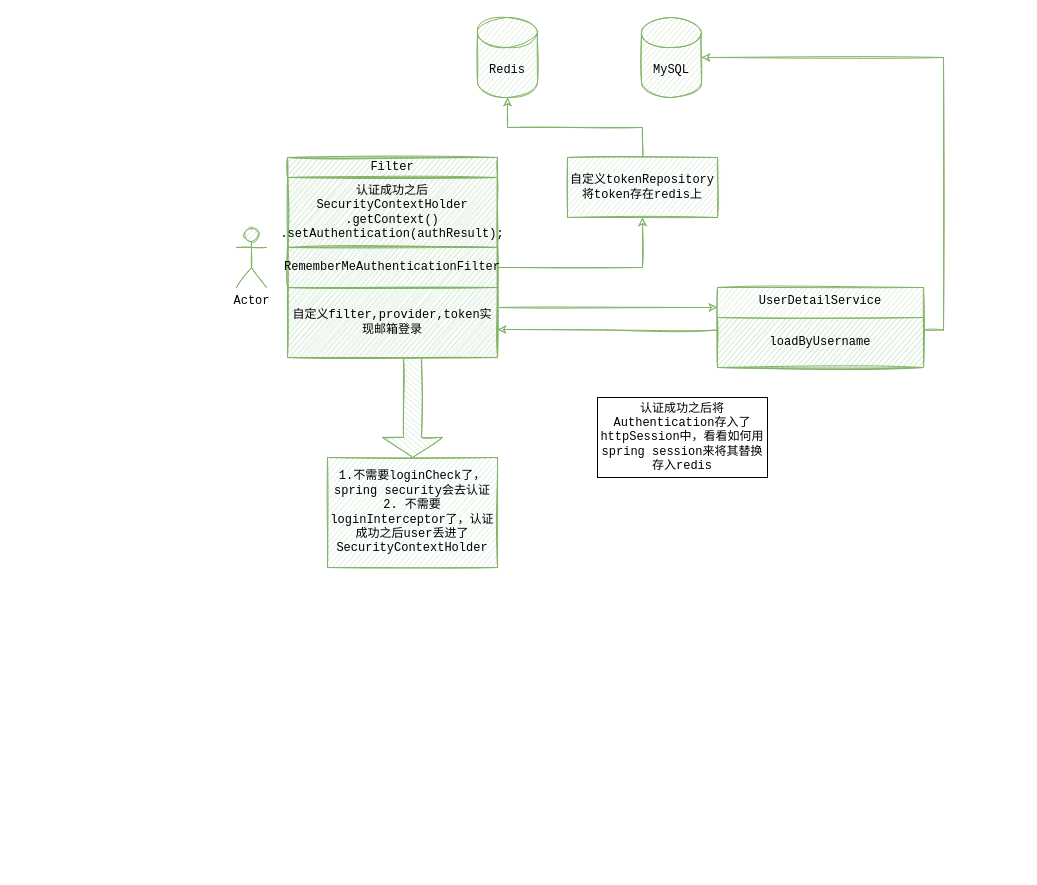
Awei2773/spring_security_demo keeps this draw.io diagram as login逻辑.drawio. Above is the earlier version. Source tidied: cells renumbered, new cells numbered last; positions are measured from the earlier drawing's top-left corner, leaving out a move shared by most shapes. Both pictures are drawn from the tidied source at 100%, with x=0, y=0 at pixel (236, 17).
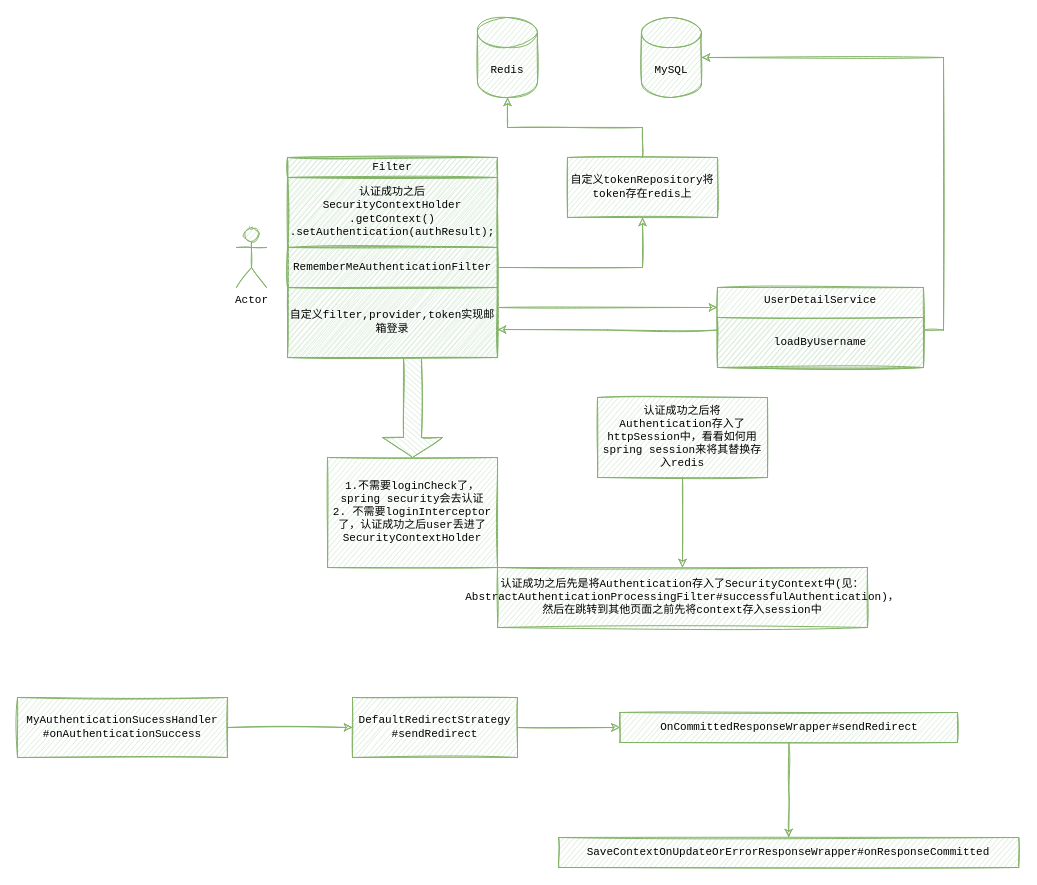
The same diagram, later.

Change to the diagram source:
```diff
@@
-    <mxCell id="2" value="Redis" style="shape=cylinder3;whiteSpace=wrap;html=1;boundedLbl=1;backgroundOutline=1;size=15;fillColor=#d5e8d4;strokeColor=#82b366;sketch=1;fontFamily=Courier New;" parent="1" vertex="1">
+    <mxCell id="2" value="Redis" style="shape=cylinder3;whiteSpace=wrap;html=1;boundedLbl=1;backgroundOutline=1;size=15;fillColor=#d5e8d4;strokeColor=#82b366;sketch=1;fontFamily=Courier New;fontSize=11;" parent="1" vertex="1">
       <mxGeometry x="241" width="60" height="80" as="geometry" />
     </mxCell>
-    <mxCell id="3" value="MySQL" style="shape=cylinder3;whiteSpace=wrap;html=1;boundedLbl=1;backgroundOutline=1;size=15;fillColor=#d5e8d4;strokeColor=#82b366;sketch=1;fontFamily=Courier New;" parent="1" vertex="1">
+    <mxCell id="3" value="MySQL" style="shape=cylinder3;whiteSpace=wrap;html=1;boundedLbl=1;backgroundOutline=1;size=15;fillColor=#d5e8d4;strokeColor=#82b366;sketch=1;fontFamily=Courier New;fontSize=11;" parent="1" vertex="1">
       <mxGeometry x="405" width="60" height="80" as="geometry" />
     </mxCell>
-    <mxCell id="4" value="Actor" style="shape=umlActor;verticalLabelPosition=bottom;verticalAlign=top;html=1;fillColor=#d5e8d4;strokeColor=#82b366;sketch=1;fontFamily=Courier New;" parent="1" vertex="1">
+    <mxCell id="4" value="Actor" style="shape=umlActor;verticalLabelPosition=bottom;verticalAlign=top;html=1;fillColor=#d5e8d4;strokeColor=#82b366;sketch=1;fontFamily=Courier New;fontSize=11;" parent="1" vertex="1">
       <mxGeometry y="210" width="30" height="60" as="geometry" />
     </mxCell>
-    <mxCell id="5" style="edgeStyle=orthogonalEdgeStyle;rounded=0;jettySize=auto;html=1;exitX=1;exitY=0.75;exitDx=0;exitDy=0;entryX=0;entryY=0.25;entryDx=0;entryDy=0;fillColor=#d5e8d4;strokeColor=#82b366;sketch=1;fontFamily=Courier New;" parent="1" edge="1" source="6" target="9">
+    <mxCell id="5" style="edgeStyle=orthogonalEdgeStyle;rounded=0;jettySize=auto;html=1;exitX=1;exitY=0.75;exitDx=0;exitDy=0;entryX=0;entryY=0.25;entryDx=0;entryDy=0;fillColor=#d5e8d4;strokeColor=#82b366;sketch=1;fontFamily=Courier New;fontSize=11;" parent="1" edge="1" source="6" target="9">
       <mxGeometry relative="1" as="geometry" />
     </mxCell>
-    <mxCell id="6" style="rounded=0;whiteSpace=wrap;html=1;fillColor=#d5e8d4;strokeColor=#82b366;sketch=1;fontFamily=Courier New;" parent="1" vertex="1">
+    <mxCell id="6" style="rounded=0;whiteSpace=wrap;html=1;fillColor=#d5e8d4;strokeColor=#82b366;sketch=1;fontFamily=Courier New;fontSize=11;" parent="1" vertex="1">
       <mxGeometry x="51" y="140" width="210" height="200" as="geometry" />
     </mxCell>
-    <mxCell id="7" style="shape=singleArrow;direction=south;whiteSpace=wrap;html=1;fillColor=#d5e8d4;strokeColor=#82b366;sketch=1;fontFamily=Courier New;" parent="1" vertex="1">
+    <mxCell id="7" style="shape=singleArrow;direction=south;whiteSpace=wrap;html=1;fillColor=#d5e8d4;strokeColor=#82b366;sketch=1;fontFamily=Courier New;fontSize=11;" parent="1" vertex="1">
       <mxGeometry x="146" y="340" width="60" height="100" as="geometry" />
     </mxCell>
-    <mxCell id="8" value="1.不需要loginCheck了，spring security会去认证&lt;br&gt;2. 不需要loginInterceptor了，认证成功之后user丢进了SecurityContextHolder" style="rounded=0;whiteSpace=wrap;html=1;fillColor=#d5e8d4;strokeColor=#82b366;sketch=1;fontFamily=Courier New;" parent="1" vertex="1">
+    <mxCell id="8" value="1.不需要loginCheck了，spring security会去认证&lt;br style=&quot;font-size: 11px;&quot;&gt;2. 不需要loginInterceptor了，认证成功之后user丢进了SecurityContextHolder" style="rounded=0;whiteSpace=wrap;html=1;fillColor=#d5e8d4;strokeColor=#82b366;sketch=1;fontFamily=Courier New;fontSize=11;" parent="1" vertex="1">
       <mxGeometry x="91" y="440" width="170" height="110" as="geometry" />
     </mxCell>
-    <mxCell id="9" value="UserDetailService" style="rounded=0;whiteSpace=wrap;html=1;verticalAlign=top;fillColor=#d5e8d4;strokeColor=#82b366;sketch=1;fontFamily=Courier New;" parent="1" vertex="1">
+    <mxCell id="9" value="UserDetailService" style="rounded=0;whiteSpace=wrap;html=1;verticalAlign=top;fillColor=#d5e8d4;strokeColor=#82b366;sketch=1;fontFamily=Courier New;fontSize=11;" parent="1" vertex="1">
       <mxGeometry x="481" y="270" width="206" height="80" as="geometry" />
     </mxCell>
-    <mxCell id="10" style="edgeStyle=orthogonalEdgeStyle;rounded=0;jettySize=auto;html=1;exitX=1;exitY=0.25;exitDx=0;exitDy=0;entryX=1;entryY=0.5;entryDx=0;entryDy=0;entryPerimeter=0;fillColor=#d5e8d4;strokeColor=#82b366;sketch=1;fontFamily=Courier New;" parent="1" edge="1" source="12" target="3">
+    <mxCell id="10" style="edgeStyle=orthogonalEdgeStyle;rounded=0;jettySize=auto;html=1;exitX=1;exitY=0.25;exitDx=0;exitDy=0;entryX=1;entryY=0.5;entryDx=0;entryDy=0;entryPerimeter=0;fillColor=#d5e8d4;strokeColor=#82b366;sketch=1;fontFamily=Courier New;fontSize=11;" parent="1" edge="1" source="12" target="3">
       <mxGeometry relative="1" as="geometry" />
     </mxCell>
-    <mxCell id="11" style="edgeStyle=orthogonalEdgeStyle;rounded=0;jettySize=auto;html=1;exitX=0;exitY=0.25;exitDx=0;exitDy=0;entryX=1;entryY=0.86;entryDx=0;entryDy=0;entryPerimeter=0;fillColor=#d5e8d4;strokeColor=#82b366;sketch=1;fontFamily=Courier New;" parent="1" edge="1" source="12" target="6">
+    <mxCell id="11" style="edgeStyle=orthogonalEdgeStyle;rounded=0;jettySize=auto;html=1;exitX=0;exitY=0.25;exitDx=0;exitDy=0;entryX=1;entryY=0.86;entryDx=0;entryDy=0;entryPerimeter=0;fillColor=#d5e8d4;strokeColor=#82b366;sketch=1;fontFamily=Courier New;fontSize=11;" parent="1" edge="1" source="12" target="6">
       <mxGeometry relative="1" as="geometry" />
     </mxCell>
-    <mxCell id="12" value="loadByUsername" style="rounded=0;whiteSpace=wrap;html=1;fillColor=#d5e8d4;strokeColor=#82b366;sketch=1;fontFamily=Courier New;" parent="1" vertex="1">
+    <mxCell id="12" value="loadByUsername" style="rounded=0;whiteSpace=wrap;html=1;fillColor=#d5e8d4;strokeColor=#82b366;sketch=1;fontFamily=Courier New;fontSize=11;" parent="1" vertex="1">
       <mxGeometry x="481" y="300" width="206" height="50" as="geometry" />
     </mxCell>
-    <mxCell id="13" style="rounded=0;jettySize=auto;html=1;exitX=0.5;exitY=0;exitDx=0;exitDy=0;entryX=0.5;entryY=1;entryDx=0;entryDy=0;entryPerimeter=0;fillColor=#d5e8d4;strokeColor=#82b366;sketch=1;fontFamily=Courier New;edgeStyle=orthogonalEdgeStyle;" parent="1" edge="1" source="14" target="2">
+    <mxCell id="13" style="rounded=0;jettySize=auto;html=1;exitX=0.5;exitY=0;exitDx=0;exitDy=0;entryX=0.5;entryY=1;entryDx=0;entryDy=0;entryPerimeter=0;fillColor=#d5e8d4;strokeColor=#82b366;sketch=1;fontFamily=Courier New;edgeStyle=orthogonalEdgeStyle;fontSize=11;" parent="1" edge="1" source="14" target="2">
       <mxGeometry relative="1" as="geometry" />
     </mxCell>
-    <mxCell id="14" value="自定义tokenRepository将token存在redis上" style="rounded=0;whiteSpace=wrap;html=1;fillColor=#d5e8d4;strokeColor=#82b366;sketch=1;fontFamily=Courier New;" parent="1" vertex="1">
+    <mxCell id="14" value="自定义tokenRepository将token存在redis上" style="rounded=0;whiteSpace=wrap;html=1;fillColor=#d5e8d4;strokeColor=#82b366;sketch=1;fontFamily=Courier New;fontSize=11;" parent="1" vertex="1">
       <mxGeometry x="331" y="140" width="150" height="60" as="geometry" />
     </mxCell>
-    <mxCell id="15" value="Filter" style="rounded=0;whiteSpace=wrap;html=1;fontFamily=Courier New;fillColor=#d5e8d4;strokeColor=#82b366;sketch=1;" parent="1" vertex="1">
+    <mxCell id="15" value="Filter" style="rounded=0;whiteSpace=wrap;html=1;fontFamily=Courier New;fillColor=#d5e8d4;strokeColor=#82b366;sketch=1;fontSize=11;" parent="1" vertex="1">
       <mxGeometry x="51" y="140" width="210" height="20" as="geometry" />
     </mxCell>
-    <mxCell id="16" value="认证成功之后&lt;br&gt;&lt;span&gt;SecurityContextHolder&lt;/span&gt;&lt;br&gt;&lt;span&gt;.getContext()&lt;/span&gt;&lt;br&gt;&lt;span&gt;.setAuthentication(authResult);&lt;/span&gt;" style="rounded=0;whiteSpace=wrap;html=1;fontFamily=Courier New;fillColor=#d5e8d4;strokeColor=#82b366;sketch=1;" parent="1" vertex="1">
+    <mxCell id="16" value="认证成功之后&lt;br style=&quot;font-size: 11px;&quot;&gt;&lt;span style=&quot;font-size: 11px;&quot;&gt;SecurityContextHolder&lt;/span&gt;&lt;br style=&quot;font-size: 11px;&quot;&gt;&lt;span style=&quot;font-size: 11px;&quot;&gt;.getContext()&lt;/span&gt;&lt;br style=&quot;font-size: 11px;&quot;&gt;&lt;span style=&quot;font-size: 11px;&quot;&gt;.setAuthentication(authResult);&lt;/span&gt;" style="rounded=0;whiteSpace=wrap;html=1;fontFamily=Courier New;fillColor=#d5e8d4;strokeColor=#82b366;sketch=1;fontSize=11;" parent="1" vertex="1">
       <mxGeometry x="51" y="160" width="210" height="70" as="geometry" />
     </mxCell>
-    <mxCell id="17" style="edgeStyle=orthogonalEdgeStyle;rounded=0;sketch=1;jettySize=auto;html=1;exitX=1;exitY=0.5;exitDx=0;exitDy=0;entryX=0.5;entryY=1;entryDx=0;entryDy=0;fontFamily=Courier New;fillColor=#d5e8d4;strokeColor=#82b366;" parent="1" edge="1" source="18" target="14">
+    <mxCell id="17" style="edgeStyle=orthogonalEdgeStyle;rounded=0;sketch=1;jettySize=auto;html=1;exitX=1;exitY=0.5;exitDx=0;exitDy=0;entryX=0.5;entryY=1;entryDx=0;entryDy=0;fontFamily=Courier New;fillColor=#d5e8d4;strokeColor=#82b366;fontSize=11;" parent="1" edge="1" source="18" target="14">
       <mxGeometry relative="1" as="geometry" />
     </mxCell>
-    <mxCell id="18" value="RememberMeAuthenticationFilter" style="rounded=0;whiteSpace=wrap;html=1;fontFamily=Courier New;fillColor=#d5e8d4;strokeColor=#82b366;sketch=1;" parent="1" vertex="1">
+    <mxCell id="18" value="RememberMeAuthenticationFilter" style="rounded=0;whiteSpace=wrap;html=1;fontFamily=Courier New;fillColor=#d5e8d4;strokeColor=#82b366;sketch=1;fontSize=11;" parent="1" vertex="1">
       <mxGeometry x="51" y="230" width="210" height="40" as="geometry" />
     </mxCell>
-    <mxCell id="19" value="自定义filter,provider,token实现邮箱登录" style="rounded=0;whiteSpace=wrap;html=1;fontFamily=Courier New;fillColor=#d5e8d4;strokeColor=#82b366;sketch=1;" parent="1" vertex="1">
+    <mxCell id="19" value="自定义filter,provider,token实现邮箱登录" style="rounded=0;whiteSpace=wrap;html=1;fontFamily=Courier New;fillColor=#d5e8d4;strokeColor=#82b366;sketch=1;fontSize=11;" parent="1" vertex="1">
       <mxGeometry x="51" y="270" width="210" height="70" as="geometry" />
     </mxCell>
+    <mxCell id="21" style="edgeStyle=orthogonalEdgeStyle;rounded=0;sketch=1;jettySize=auto;html=1;fontFamily=Courier New;fillColor=#d5e8d4;strokeColor=#82b366;fontSize=11;" parent="1" edge="1" source="20" target="22">
+      <mxGeometry relative="1" as="geometry" />
+    </mxCell>
-    <mxCell id="20" value="认证成功之后将Authentication存入了httpSession中，看看如何用spring session来将其替换存入redis" style="rounded=0;whiteSpace=wrap;html=1;fontFamily=Courier New;" parent="1" vertex="1">
+    <mxCell id="20" value="认证成功之后将Authentication存入了httpSession中，看看如何用spring session来将其替换存入redis" style="rounded=0;whiteSpace=wrap;html=1;fontFamily=Courier New;fillColor=#d5e8d4;strokeColor=#82b366;sketch=1;fontSize=11;" parent="1" vertex="1">
       <mxGeometry x="361" y="380" width="170" height="80" as="geometry" />
     </mxCell>
+    <mxCell id="22" value="认证成功之后先是将Authentication存入了SecurityContext中(见：AbstractAuthenticationProcessingFilter#successfulAuthentication)，然后在跳转到其他页面之前先将context存入session中" style="whiteSpace=wrap;html=1;fontFamily=Courier New;rounded=0;fillColor=#d5e8d4;strokeColor=#82b366;sketch=1;fontSize=11;" parent="1" vertex="1">
+      <mxGeometry x="261" y="550" width="370" height="60" as="geometry" />
+    </mxCell>
+    <mxCell id="23" style="edgeStyle=orthogonalEdgeStyle;rounded=0;sketch=1;jettySize=auto;html=1;fontFamily=Courier New;fillColor=#d5e8d4;strokeColor=#82b366;fontSize=11;" parent="1" edge="1" source="24" target="26">
+      <mxGeometry relative="1" as="geometry" />
+    </mxCell>
+    <mxCell id="24" value="MyAuthenticationSucessHandler&lt;br style=&quot;font-size: 11px;&quot;&gt;#onAuthenticationSuccess" style="rounded=0;whiteSpace=wrap;html=1;fontFamily=Courier New;fillColor=#d5e8d4;strokeColor=#82b366;sketch=1;fontSize=11;" parent="1" vertex="1">
+      <mxGeometry x="-219" y="680" width="210" height="60" as="geometry" />
+    </mxCell>
+    <mxCell id="25" style="edgeStyle=orthogonalEdgeStyle;rounded=0;sketch=1;jettySize=auto;html=1;fontFamily=Courier New;fillColor=#d5e8d4;strokeColor=#82b366;fontSize=11;" parent="1" edge="1" source="26" target="28">
+      <mxGeometry relative="1" as="geometry" />
+    </mxCell>
+    <mxCell id="26" value="DefaultRedirectStrategy&lt;br style=&quot;font-size: 11px;&quot;&gt;#sendRedirect" style="whiteSpace=wrap;html=1;fontFamily=Courier New;rounded=0;fillColor=#d5e8d4;strokeColor=#82b366;sketch=1;fontSize=11;" parent="1" vertex="1">
+      <mxGeometry x="116" y="680" width="165" height="60" as="geometry" />
+    </mxCell>
+    <mxCell id="27" style="edgeStyle=orthogonalEdgeStyle;rounded=0;sketch=1;jettySize=auto;html=1;fontFamily=Courier New;fillColor=#d5e8d4;strokeColor=#82b366;fontSize=11;" parent="1" edge="1" source="28" target="29">
+      <mxGeometry relative="1" as="geometry" />
+    </mxCell>
+    <mxCell id="28" value="OnCommittedResponseWrapper#sendRedirect" style="whiteSpace=wrap;html=1;fontFamily=Courier New;rounded=0;fillColor=#d5e8d4;strokeColor=#82b366;sketch=1;fontSize=11;" parent="1" vertex="1">
+      <mxGeometry x="383.5" y="695" width="337.5" height="30" as="geometry" />
+    </mxCell>
+    <mxCell id="29" value="SaveContextOnUpdateOrErrorResponseWrapper#onResponseCommitted" style="whiteSpace=wrap;html=1;fontFamily=Courier New;rounded=0;fillColor=#d5e8d4;strokeColor=#82b366;sketch=1;fontSize=11;" parent="1" vertex="1">
+      <mxGeometry x="322.2" y="820" width="460" height="30" as="geometry" />
+    </mxCell>
```
